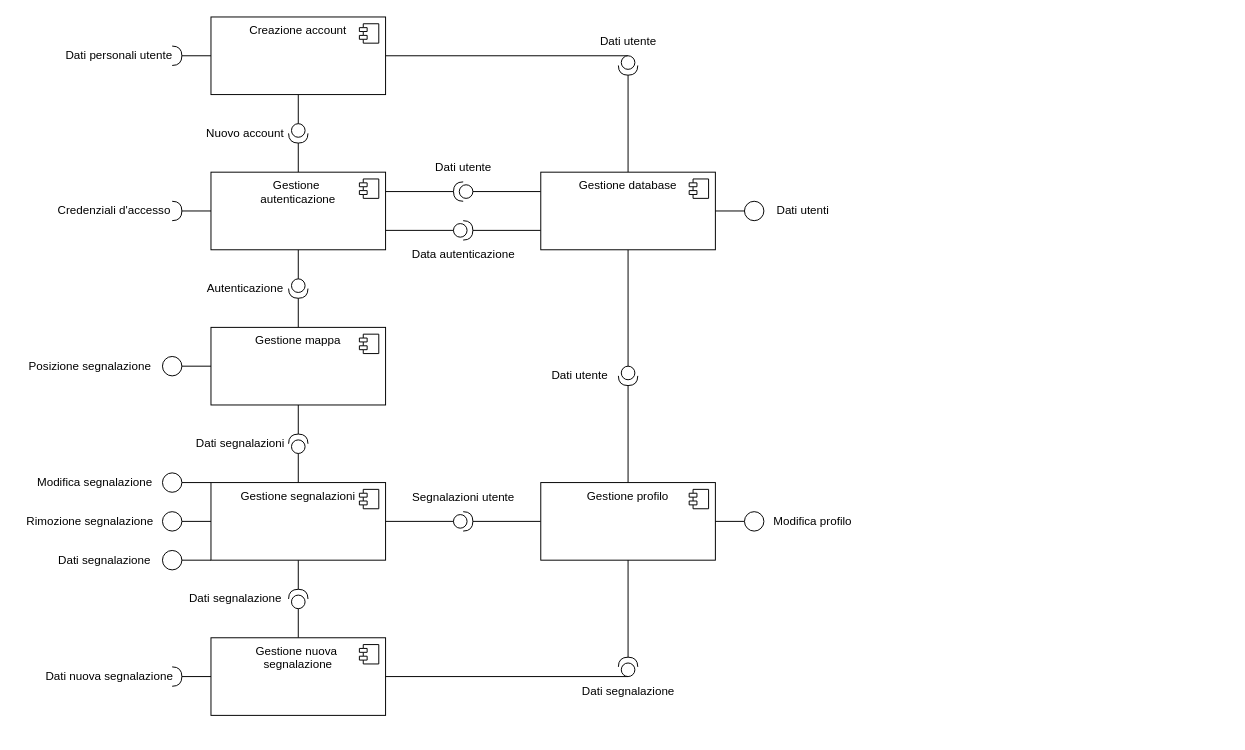
Before: page "Pagina-14" (14 of 14) of Copia di IS.drawio in LucaBarbolini/Prova1, a draw.io diagram. Source tidied: cells renumbered, new cells numbered last; positions are measured from the earlier drawing's top-left corner, leaving out a move shared by most shapes. Both pictures are drawn from the tidied source at 97%, with x=0, y=0 at pixel (16, 16).
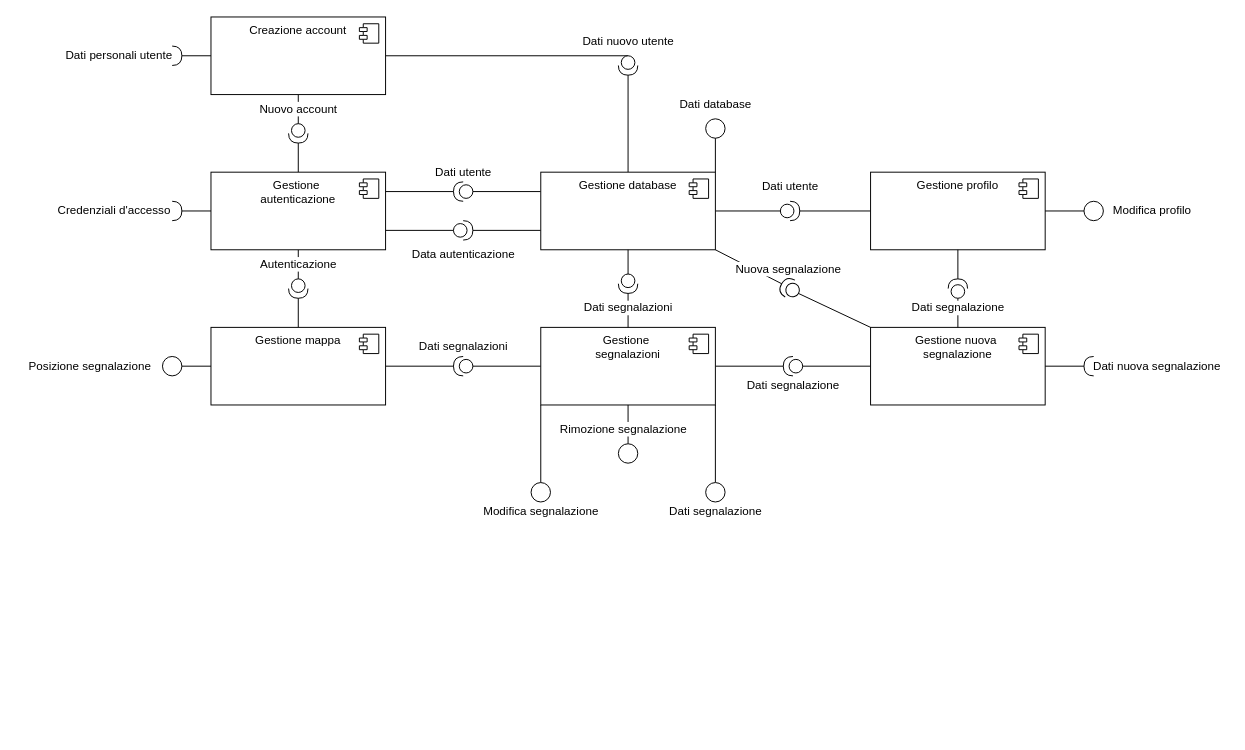
After the change.

The change refers to these unchanged cells:
```xml
<mxCell id="46" value="Gestione database" style="html=1;whiteSpace=wrap;strokeColor=default;align=center;verticalAlign=top;fontFamily=Helvetica;fontSize=12;fontColor=default;fillColor=default;" parent="1" vertex="1">
  <mxGeometry x="540" y="160" width="180" height="80" as="geometry" />
</mxCell>
<mxCell id="52" value="Gestione mappa" style="html=1;whiteSpace=wrap;strokeColor=default;align=center;verticalAlign=top;fontFamily=Helvetica;fontSize=12;fontColor=default;fillColor=default;" parent="1" vertex="1">
  <mxGeometry x="200" y="320" width="180" height="80" as="geometry" />
</mxCell>
```

Diff of the diagram source:
```diff
@@
-    <mxCell id="4" style="shape=providedRequiredInterface;html=1;verticalLabelPosition=bottom;sketch=0;strokeColor=default;align=center;verticalAlign=top;fontFamily=Helvetica;fontSize=12;fontColor=default;fillColor=default;direction=north;" parent="1" vertex="1">
-      <mxGeometry x="280" y="590" width="20" height="20" as="geometry" />
+    <mxCell id="4" style="shape=providedRequiredInterface;html=1;verticalLabelPosition=bottom;sketch=0;strokeColor=default;align=center;verticalAlign=top;fontFamily=Helvetica;fontSize=12;fontColor=default;fillColor=default;direction=west;" parent="1" vertex="1">
+      <mxGeometry x="790" y="350" width="20" height="20" as="geometry" />
     </mxCell>
-    <mxCell id="5" style="endArrow=none;html=1;rounded=0;fontFamily=Helvetica;fontSize=12;fontColor=default;entryX=0.5;entryY=0;entryDx=0;entryDy=0;exitX=0;exitY=0.5;exitDx=0;exitDy=0;exitPerimeter=0;" parent="1" edge="1" source="4" target="56">
+    <mxCell id="5" style="endArrow=none;html=1;rounded=0;fontFamily=Helvetica;fontSize=12;fontColor=default;entryX=0;entryY=0.5;entryDx=0;entryDy=0;exitX=0;exitY=0.5;exitDx=0;exitDy=0;exitPerimeter=0;" parent="1" edge="1" source="4" target="56">
       <mxGeometry relative="1" as="geometry" />
     </mxCell>
-    <mxCell id="6" style="endArrow=none;html=1;rounded=0;fontFamily=Helvetica;fontSize=12;fontColor=default;entryX=0.5;entryY=1;entryDx=0;entryDy=0;exitX=1;exitY=0.5;exitDx=0;exitDy=0;exitPerimeter=0;" parent="1" edge="1" source="4" target="50">
+    <mxCell id="6" style="endArrow=none;html=1;rounded=0;fontFamily=Helvetica;fontSize=12;fontColor=default;entryX=1;entryY=0.5;entryDx=0;entryDy=0;exitX=1;exitY=0.5;exitDx=0;exitDy=0;exitPerimeter=0;" parent="1" edge="1" source="4" target="50">
       <mxGeometry relative="1" as="geometry" />
     </mxCell>
-    <mxCell id="7" style="shape=providedRequiredInterface;html=1;verticalLabelPosition=bottom;sketch=0;strokeColor=default;align=center;verticalAlign=top;fontFamily=Helvetica;fontSize=12;fontColor=default;fillColor=default;direction=north;" parent="1" vertex="1">
-      <mxGeometry x="280" y="430" width="20" height="20" as="geometry" />
+    <mxCell id="7" style="shape=providedRequiredInterface;html=1;verticalLabelPosition=bottom;sketch=0;strokeColor=default;align=center;verticalAlign=top;fontFamily=Helvetica;fontSize=12;fontColor=default;fillColor=default;direction=west;" parent="1" vertex="1">
+      <mxGeometry x="450" y="350" width="20" height="20" as="geometry" />
     </mxCell>
-    <mxCell id="8" style="endArrow=none;html=1;rounded=0;fontFamily=Helvetica;fontSize=12;fontColor=default;entryX=0;entryY=0.5;entryDx=0;entryDy=0;entryPerimeter=0;exitX=0.5;exitY=0;exitDx=0;exitDy=0;" parent="1" edge="1" source="50" target="7">
+    <mxCell id="8" style="endArrow=none;html=1;rounded=0;fontFamily=Helvetica;fontSize=12;fontColor=default;entryX=0;entryY=0.5;entryDx=0;entryDy=0;entryPerimeter=0;exitX=0;exitY=0.5;exitDx=0;exitDy=0;" parent="1" edge="1" source="50" target="7">
       <mxGeometry relative="1" as="geometry" />
     </mxCell>
-    <mxCell id="9" style="endArrow=none;html=1;rounded=0;fontFamily=Helvetica;fontSize=12;fontColor=default;entryX=0.5;entryY=1;entryDx=0;entryDy=0;exitX=1;exitY=0.5;exitDx=0;exitDy=0;exitPerimeter=0;" parent="1" edge="1" source="7" target="52">
+    <mxCell id="9" style="endArrow=none;html=1;rounded=0;fontFamily=Helvetica;fontSize=12;fontColor=default;entryX=1;entryY=0.5;entryDx=0;entryDy=0;exitX=1;exitY=0.5;exitDx=0;exitDy=0;exitPerimeter=0;" parent="1" edge="1" source="7" target="52">
       <mxGeometry relative="1" as="geometry" />
     </mxCell>
@@
     <mxCell id="24" value="Dati utente" style="text;html=1;align=center;verticalAlign=middle;strokeColor=none;fillColor=none;fontFamily=Helvetica;fontSize=12;fontColor=default;" parent="1" vertex="1">
-      <mxGeometry x="420" y="140" width="80" height="30" as="geometry" />
+      <mxGeometry x="420" y="145" width="80" height="30" as="geometry" />
     </mxCell>
@@
-    <mxCell id="28" value="Nuovo account" style="text;html=1;align=center;verticalAlign=middle;strokeColor=none;fillColor=none;fontFamily=Helvetica;fontSize=12;fontColor=default;" parent="1" vertex="1">
-      <mxGeometry x="185" y="105" width="100" height="30" as="geometry" />
+    <mxCell id="28" value="Nuovo account" style="text;html=1;align=center;verticalAlign=middle;strokeColor=none;fillColor=none;fontFamily=Helvetica;fontSize=12;fontColor=default;labelBackgroundColor=default;" parent="1" vertex="1">
+      <mxGeometry x="240" y="80" width="100" height="30" as="geometry" />
     </mxCell>
@@
-    <mxCell id="33" value="Autenticazione" style="text;html=1;align=center;verticalAlign=middle;strokeColor=none;fillColor=none;fontFamily=Helvetica;fontSize=12;fontColor=default;" parent="1" vertex="1">
-      <mxGeometry x="185" y="265" width="100" height="30" as="geometry" />
+    <mxCell id="33" value="Autenticazione" style="text;html=1;align=center;verticalAlign=middle;strokeColor=none;fillColor=none;fontFamily=Helvetica;fontSize=12;fontColor=default;labelBackgroundColor=default;" parent="1" vertex="1">
+      <mxGeometry x="240" y="240" width="100" height="30" as="geometry" />
     </mxCell>
@@
-    <mxCell id="35" value="Dati utente" style="text;html=1;align=center;verticalAlign=middle;strokeColor=none;fillColor=none;fontFamily=Helvetica;fontSize=12;fontColor=default;" parent="1" vertex="1">
-      <mxGeometry x="590" y="10" width="80" height="30" as="geometry" />
+    <mxCell id="35" value="Dati nuovo utente" style="text;html=1;align=center;verticalAlign=middle;strokeColor=none;fillColor=none;fontFamily=Helvetica;fontSize=12;fontColor=default;" parent="1" vertex="1">
+      <mxGeometry x="570" y="10" width="120" height="30" as="geometry" />
     </mxCell>
     <mxCell id="36" value="Dati segnalazione" style="text;html=1;align=center;verticalAlign=middle;strokeColor=none;fillColor=none;fontFamily=Helvetica;fontSize=12;fontColor=default;" parent="1" vertex="1">
-      <mxGeometry x="165" y="585" width="120" height="30" as="geometry" />
+      <mxGeometry x="740" y="365" width="120" height="30" as="geometry" />
     </mxCell>
     <mxCell id="37" value="Dati segnalazioni" style="text;html=1;align=center;verticalAlign=middle;strokeColor=none;fillColor=none;fontFamily=Helvetica;fontSize=12;fontColor=default;" parent="1" vertex="1">
-      <mxGeometry x="175" y="425" width="110" height="30" as="geometry" />
+      <mxGeometry x="405" y="325" width="110" height="30" as="geometry" />
     </mxCell>
+    <mxCell id="39" style="endArrow=none;html=1;rounded=0;fontFamily=Helvetica;fontSize=12;fontColor=default;exitX=1;exitY=0.5;exitDx=0;exitDy=0;exitPerimeter=0;entryX=1;entryY=1;entryDx=0;entryDy=0;" parent="1" edge="1" source="38" target="46">
+      <mxGeometry relative="1" as="geometry" />
+    </mxCell>
-    <mxCell id="38" style="shape=providedRequiredInterface;html=1;verticalLabelPosition=bottom;sketch=0;strokeColor=default;align=center;verticalAlign=top;fontFamily=Helvetica;fontSize=12;fontColor=default;fillColor=default;direction=east;" parent="1" vertex="1">
-      <mxGeometry x="450" y="510" width="20" height="20" as="geometry" />
+    <mxCell id="38" style="shape=providedRequiredInterface;html=1;verticalLabelPosition=bottom;sketch=0;strokeColor=default;align=center;verticalAlign=top;fontFamily=Helvetica;fontSize=12;fontColor=default;fillColor=default;direction=north;rotation=300;" parent="1" vertex="1">
+      <mxGeometry x="787" y="270" width="20" height="20" as="geometry" />
     </mxCell>
-    <mxCell id="39" style="endArrow=none;html=1;rounded=0;fontFamily=Helvetica;fontSize=12;fontColor=default;exitX=1;exitY=0.5;exitDx=0;exitDy=0;exitPerimeter=0;entryX=0;entryY=0.5;entryDx=0;entryDy=0;" parent="1" edge="1" source="38" target="48">
-      <mxGeometry relative="1" as="geometry" />
-    </mxCell>
-    <mxCell id="40" style="endArrow=none;html=1;rounded=0;fontFamily=Helvetica;fontSize=12;fontColor=default;entryX=1;entryY=0.5;entryDx=0;entryDy=0;exitX=0;exitY=0.5;exitDx=0;exitDy=0;exitPerimeter=0;" parent="1" edge="1" source="38" target="50">
+    <mxCell id="40" style="endArrow=none;html=1;rounded=0;fontFamily=Helvetica;fontSize=12;fontColor=default;entryX=0;entryY=0;entryDx=0;entryDy=0;exitX=0;exitY=0.5;exitDx=0;exitDy=0;exitPerimeter=0;" parent="1" edge="1" source="38" target="56">
       <mxGeometry relative="1" as="geometry" />
     </mxCell>
+    <mxCell id="42" style="shape=providedRequiredInterface;html=1;verticalLabelPosition=bottom;sketch=0;strokeColor=default;align=center;verticalAlign=top;fontFamily=Helvetica;fontSize=12;fontColor=default;fillColor=default;direction=east;" parent="1" vertex="1">
+      <mxGeometry x="787" y="190" width="20" height="20" as="geometry" />
+    </mxCell>
-    <mxCell id="41" value="Segnalazioni utente" style="text;html=1;align=center;verticalAlign=middle;strokeColor=none;fillColor=none;fontFamily=Helvetica;fontSize=12;fontColor=default;" parent="1" vertex="1">
-      <mxGeometry x="395" y="480" width="130" height="30" as="geometry" />
+    <mxCell id="41" value="Nuova segnalazione" style="text;html=1;align=center;verticalAlign=middle;strokeColor=none;fillColor=none;fontFamily=Helvetica;fontSize=12;fontColor=default;labelBorderColor=none;labelBackgroundColor=default;" parent="1" vertex="1">
+      <mxGeometry x="730" y="245" width="130" height="30" as="geometry" />
     </mxCell>
-    <mxCell id="42" style="shape=providedRequiredInterface;html=1;verticalLabelPosition=bottom;sketch=0;strokeColor=default;align=center;verticalAlign=top;fontFamily=Helvetica;fontSize=12;fontColor=default;fillColor=default;direction=south;" parent="1" vertex="1">
-      <mxGeometry x="620" y="360" width="20" height="20" as="geometry" />
-    </mxCell>
-    <mxCell id="43" style="endArrow=none;html=1;rounded=0;fontFamily=Helvetica;fontSize=12;fontColor=default;entryX=0.5;entryY=1;entryDx=0;entryDy=0;exitX=0;exitY=0.5;exitDx=0;exitDy=0;exitPerimeter=0;" parent="1" edge="1" source="42" target="46">
+    <mxCell id="43" style="endArrow=none;html=1;rounded=0;fontFamily=Helvetica;fontSize=12;fontColor=default;entryX=1;entryY=0.5;entryDx=0;entryDy=0;exitX=0;exitY=0.5;exitDx=0;exitDy=0;exitPerimeter=0;" parent="1" edge="1" source="42" target="46">
       <mxGeometry relative="1" as="geometry" />
     </mxCell>
-    <mxCell id="44" style="endArrow=none;html=1;rounded=0;fontFamily=Helvetica;fontSize=12;fontColor=default;entryX=0.5;entryY=0;entryDx=0;entryDy=0;exitX=1;exitY=0.5;exitDx=0;exitDy=0;exitPerimeter=0;" parent="1" edge="1" source="42" target="48">
+    <mxCell id="44" style="endArrow=none;html=1;rounded=0;fontFamily=Helvetica;fontSize=12;fontColor=default;entryX=0;entryY=0.5;entryDx=0;entryDy=0;exitX=1;exitY=0.5;exitDx=0;exitDy=0;exitPerimeter=0;" parent="1" edge="1" source="42" target="48">
       <mxGeometry relative="1" as="geometry" />
     </mxCell>
     <mxCell id="45" value="Dati utente" style="text;html=1;align=center;verticalAlign=middle;strokeColor=none;fillColor=none;fontFamily=Helvetica;fontSize=12;fontColor=default;" parent="1" vertex="1">
-      <mxGeometry x="540" y="355" width="80" height="30" as="geometry" />
+      <mxGeometry x="757" y="160" width="80" height="30" as="geometry" />
     </mxCell>
@@
     <mxCell id="48" value="Gestione profilo" style="html=1;whiteSpace=wrap;strokeColor=default;align=center;verticalAlign=top;fontFamily=Helvetica;fontSize=12;fontColor=default;fillColor=default;" parent="1" vertex="1">
-      <mxGeometry x="540" y="480" width="180" height="80" as="geometry" />
+      <mxGeometry x="880" y="160" width="180" height="80" as="geometry" />
     </mxCell>
@@
-    <mxCell id="50" value="Gestione segnalazioni" style="html=1;whiteSpace=wrap;strokeColor=default;align=center;verticalAlign=top;fontFamily=Helvetica;fontSize=12;fontColor=default;fillColor=default;" parent="1" vertex="1">
-      <mxGeometry x="200" y="480" width="180" height="80" as="geometry" />
+    <mxCell id="50" value="Gestione&amp;nbsp;&lt;div&gt;segnalazioni&lt;/div&gt;" style="html=1;whiteSpace=wrap;strokeColor=default;align=center;verticalAlign=top;fontFamily=Helvetica;fontSize=12;fontColor=default;fillColor=default;" parent="1" vertex="1">
+      <mxGeometry x="540" y="320" width="180" height="80" as="geometry" />
     </mxCell>
@@
     <mxCell id="56" value="Gestione nuova&amp;nbsp;&lt;div&gt;segnalazione&lt;/div&gt;" style="html=1;whiteSpace=wrap;strokeColor=default;align=center;verticalAlign=top;fontFamily=Helvetica;fontSize=12;fontColor=default;fillColor=default;" parent="1" vertex="1">
-      <mxGeometry x="200" y="640" width="180" height="80" as="geometry" />
+      <mxGeometry x="880" y="320" width="180" height="80" as="geometry" />
     </mxCell>
@@
-    <mxCell id="60" style="shape=requiredInterface;html=1;verticalLabelPosition=bottom;sketch=0;strokeColor=default;align=center;verticalAlign=top;fontFamily=Helvetica;fontSize=12;fontColor=default;fillColor=default;" parent="1" vertex="1">
-      <mxGeometry x="160" y="670" width="10" height="20" as="geometry" />
+    <mxCell id="60" style="shape=requiredInterface;html=1;verticalLabelPosition=bottom;sketch=0;strokeColor=default;align=center;verticalAlign=top;fontFamily=Helvetica;fontSize=12;fontColor=default;fillColor=default;direction=west;" parent="1" vertex="1">
+      <mxGeometry x="1100" y="350" width="10" height="20" as="geometry" />
     </mxCell>
-    <mxCell id="61" style="endArrow=none;html=1;rounded=0;fontFamily=Helvetica;fontSize=12;fontColor=default;entryX=1;entryY=0.5;entryDx=0;entryDy=0;entryPerimeter=0;exitX=0;exitY=0.5;exitDx=0;exitDy=0;" parent="1" edge="1" source="56" target="60">
+    <mxCell id="61" style="endArrow=none;html=1;rounded=0;fontFamily=Helvetica;fontSize=12;fontColor=default;exitX=1;exitY=0.5;exitDx=0;exitDy=0;exitPerimeter=0;entryX=1;entryY=0.5;entryDx=0;entryDy=0;" parent="1" edge="1" source="60" target="56">
       <mxGeometry relative="1" as="geometry" />
     </mxCell>
     <mxCell id="62" value="Dati nuova segnalazione" style="text;html=1;align=center;verticalAlign=middle;strokeColor=none;fillColor=none;fontFamily=Helvetica;fontSize=12;fontColor=default;" parent="1" vertex="1">
-      <mxGeometry x="20" y="665" width="150" height="30" as="geometry" />
+      <mxGeometry x="1100" y="345" width="150" height="30" as="geometry" />
     </mxCell>
     <mxCell id="63" value="Modifica segnalazione" style="text;html=1;align=center;verticalAlign=middle;strokeColor=none;fillColor=none;" parent="1" vertex="1">
-      <mxGeometry x="10" y="465" width="140" height="30" as="geometry" />
+      <mxGeometry x="470" y="495" width="140" height="30" as="geometry" />
     </mxCell>
-    <mxCell id="64" style="endArrow=none;html=1;rounded=0;exitX=1;exitY=0.5;exitDx=0;exitDy=0;exitPerimeter=0;entryX=0;entryY=0;entryDx=0;entryDy=0;" parent="1" edge="1" target="50">
-      <mxGeometry relative="1" as="geometry">
-        <mxPoint x="170" y="480" as="sourcePoint" />
-      </mxGeometry>
+    <mxCell id="64" style="endArrow=none;html=1;rounded=0;exitX=0.5;exitY=0;exitDx=0;exitDy=0;entryX=0;entryY=1;entryDx=0;entryDy=0;" parent="1" edge="1" source="73" target="50">
+      <mxGeometry relative="1" as="geometry" />
     </mxCell>
-    <mxCell id="65" style="endArrow=none;html=1;rounded=0;entryX=0;entryY=0.5;entryDx=0;entryDy=0;exitX=1;exitY=0.5;exitDx=0;exitDy=0;exitPerimeter=0;" parent="1" edge="1" target="50">
-      <mxGeometry relative="1" as="geometry">
-        <mxPoint x="170" y="520" as="sourcePoint" />
-      </mxGeometry>
+    <mxCell id="65" style="endArrow=none;html=1;rounded=0;entryX=0.5;entryY=1;entryDx=0;entryDy=0;exitX=0.5;exitY=0;exitDx=0;exitDy=0;" parent="1" edge="1" source="74" target="50">
+      <mxGeometry relative="1" as="geometry" />
     </mxCell>
-    <mxCell id="66" value="Rimozione segnalazione" style="text;html=1;align=center;verticalAlign=middle;strokeColor=none;fillColor=none;" parent="1" vertex="1">
-      <mxGeometry y="505" width="150" height="30" as="geometry" />
+    <mxCell id="66" value="Rimozione segnalazione" style="text;html=1;align=center;verticalAlign=middle;strokeColor=none;fillColor=none;labelBackgroundColor=default;" parent="1" vertex="1">
+      <mxGeometry x="550" y="410" width="150" height="30" as="geometry" />
     </mxCell>
-    <mxCell id="67" style="endArrow=none;html=1;rounded=0;entryX=1;entryY=0.5;entryDx=0;entryDy=0;entryPerimeter=0;exitX=0;exitY=1;exitDx=0;exitDy=0;" parent="1" edge="1" source="50">
-      <mxGeometry relative="1" as="geometry">
-        <mxPoint x="170" y="560" as="targetPoint" />
-      </mxGeometry>
+    <mxCell id="67" style="endArrow=none;html=1;rounded=0;entryX=0.5;entryY=0;entryDx=0;entryDy=0;exitX=1;exitY=1;exitDx=0;exitDy=0;" parent="1" edge="1" source="50" target="75">
+      <mxGeometry relative="1" as="geometry" />
     </mxCell>
     <mxCell id="68" value="Dati segnalazione" style="text;html=1;align=center;verticalAlign=middle;strokeColor=none;fillColor=none;" parent="1" vertex="1">
-      <mxGeometry x="30" y="545" width="120" height="30" as="geometry" />
+      <mxGeometry x="660" y="495" width="120" height="30" as="geometry" />
     </mxCell>
-    <mxCell id="69" style="endArrow=none;html=1;rounded=0;exitX=1;exitY=0.5;exitDx=0;exitDy=0;entryX=1;entryY=0.5;entryDx=0;entryDy=0;entryPerimeter=0;" parent="1" edge="1" source="48">
-      <mxGeometry relative="1" as="geometry">
-        <mxPoint x="750" y="520" as="targetPoint" />
-      </mxGeometry>
+    <mxCell id="69" style="endArrow=none;html=1;rounded=0;exitX=1;exitY=0.5;exitDx=0;exitDy=0;entryX=0.5;entryY=0;entryDx=0;entryDy=0;" parent="1" edge="1" source="48" target="78">
+      <mxGeometry relative="1" as="geometry" />
     </mxCell>
     <mxCell id="70" value="Modifica profilo" style="text;html=1;align=center;verticalAlign=middle;strokeColor=none;fillColor=none;" parent="1" vertex="1">
-      <mxGeometry x="770" y="505" width="100" height="30" as="geometry" />
+      <mxGeometry x="1120" y="185" width="100" height="30" as="geometry" />
     </mxCell>
@@
     <mxCell id="73" style="ellipse;whiteSpace=wrap;html=1;" parent="1" vertex="1">
-      <mxGeometry x="150" y="470" width="20" height="20" as="geometry" />
+      <mxGeometry x="530" y="480" width="20" height="20" as="geometry" />
     </mxCell>
     <mxCell id="74" style="ellipse;whiteSpace=wrap;html=1;" parent="1" vertex="1">
-      <mxGeometry x="150" y="510" width="20" height="20" as="geometry" />
+      <mxGeometry x="620" y="440" width="20" height="20" as="geometry" />
     </mxCell>
     <mxCell id="75" style="ellipse;whiteSpace=wrap;html=1;" parent="1" vertex="1">
-      <mxGeometry x="150" y="550" width="20" height="20" as="geometry" />
+      <mxGeometry x="710" y="480" width="20" height="20" as="geometry" />
     </mxCell>
@@
-    <mxCell id="78" style="ellipse;whiteSpace=wrap;html=1;" parent="1" vertex="1">
-      <mxGeometry x="750" y="510" width="20" height="20" as="geometry" />
+    <mxCell id="78" style="ellipse;whiteSpace=wrap;html=1;direction=north;" parent="1" vertex="1">
+      <mxGeometry x="1100" y="190" width="20" height="20" as="geometry" />
     </mxCell>
@@
-    <mxCell id="80" style="endArrow=none;html=1;rounded=0;exitX=1;exitY=0.5;exitDx=0;exitDy=0;entryX=0;entryY=0.5;entryDx=0;entryDy=0;entryPerimeter=0;" parent="1" edge="1" source="56" target="81">
+    <mxCell id="80" style="endArrow=none;html=1;rounded=0;exitX=0.5;exitY=0;exitDx=0;exitDy=0;entryX=0;entryY=0.5;entryDx=0;entryDy=0;entryPerimeter=0;" parent="1" edge="1" source="56" target="81">
       <mxGeometry relative="1" as="geometry" />
     </mxCell>
     <mxCell id="81" style="shape=providedRequiredInterface;html=1;verticalLabelPosition=bottom;sketch=0;strokeColor=default;align=center;verticalAlign=top;fontFamily=Helvetica;fontSize=12;fontColor=default;fillColor=default;direction=north;" parent="1" vertex="1">
-      <mxGeometry x="620" y="660" width="20" height="20" as="geometry" />
+      <mxGeometry x="960" y="270" width="20" height="20" as="geometry" />
     </mxCell>
-    <mxCell id="82" value="Dati segnalazione" style="text;html=1;align=center;verticalAlign=middle;strokeColor=none;fillColor=none;fontFamily=Helvetica;fontSize=12;fontColor=default;" parent="1" vertex="1">
-      <mxGeometry x="570" y="680" width="120" height="30" as="geometry" />
+    <mxCell id="82" value="Dati segnalazione" style="text;html=1;align=center;verticalAlign=middle;strokeColor=none;fillColor=none;fontFamily=Helvetica;fontSize=12;fontColor=default;labelBackgroundColor=default;" parent="1" vertex="1">
+      <mxGeometry x="910" y="285" width="120" height="30" as="geometry" />
     </mxCell>
-    <mxCell id="83" style="ellipse;whiteSpace=wrap;html=1;" parent="1" vertex="1">
-      <mxGeometry x="750" y="190" width="20" height="20" as="geometry" />
+    <mxCell id="83" style="ellipse;whiteSpace=wrap;html=1;direction=north;" parent="1" vertex="1">
+      <mxGeometry x="710" y="105" width="20" height="20" as="geometry" />
     </mxCell>
-    <mxCell id="84" value="Dati utenti" style="text;html=1;align=center;verticalAlign=middle;strokeColor=none;fillColor=none;" parent="1" vertex="1">
-      <mxGeometry x="770" y="185" width="80" height="30" as="geometry" />
+    <mxCell id="84" value="Dati database" style="text;html=1;align=center;verticalAlign=middle;strokeColor=none;fillColor=none;" parent="1" vertex="1">
+      <mxGeometry x="670" y="75" width="100" height="30" as="geometry" />
     </mxCell>
-    <mxCell id="85" style="endArrow=none;html=1;rounded=0;entryX=0;entryY=0.5;entryDx=0;entryDy=0;exitX=1;exitY=0.5;exitDx=0;exitDy=0;" parent="1" edge="1" source="46" target="83">
+    <mxCell id="85" style="endArrow=none;html=1;rounded=0;entryX=0;entryY=0.5;entryDx=0;entryDy=0;exitX=1;exitY=0;exitDx=0;exitDy=0;" parent="1" edge="1" source="46" target="83">
       <mxGeometry relative="1" as="geometry" />
     </mxCell>
+    <mxCell id="86" style="shape=providedRequiredInterface;html=1;verticalLabelPosition=bottom;sketch=0;strokeColor=default;align=center;verticalAlign=top;fontFamily=Helvetica;fontSize=12;fontColor=default;fillColor=default;direction=south;" parent="1" vertex="1">
+      <mxGeometry x="620" y="265" width="20" height="20" as="geometry" />
+    </mxCell>
+    <mxCell id="87" style="endArrow=none;html=1;rounded=0;entryX=0.5;entryY=1;entryDx=0;entryDy=0;exitX=0;exitY=0.5;exitDx=0;exitDy=0;exitPerimeter=0;" parent="1" edge="1" source="86" target="46">
+      <mxGeometry relative="1" as="geometry" />
+    </mxCell>
+    <mxCell id="88" style="endArrow=none;html=1;rounded=0;entryX=1;entryY=0.5;entryDx=0;entryDy=0;entryPerimeter=0;exitX=0.5;exitY=0;exitDx=0;exitDy=0;" parent="1" edge="1" source="50" target="86">
+      <mxGeometry relative="1" as="geometry" />
+    </mxCell>
+    <mxCell id="89" value="Dati segnalazioni" style="text;html=1;align=center;verticalAlign=middle;strokeColor=none;fillColor=none;fontFamily=Helvetica;fontSize=12;fontColor=default;labelBackgroundColor=default;" parent="1" vertex="1">
+      <mxGeometry x="575" y="285" width="110" height="30" as="geometry" />
+    </mxCell>
```
